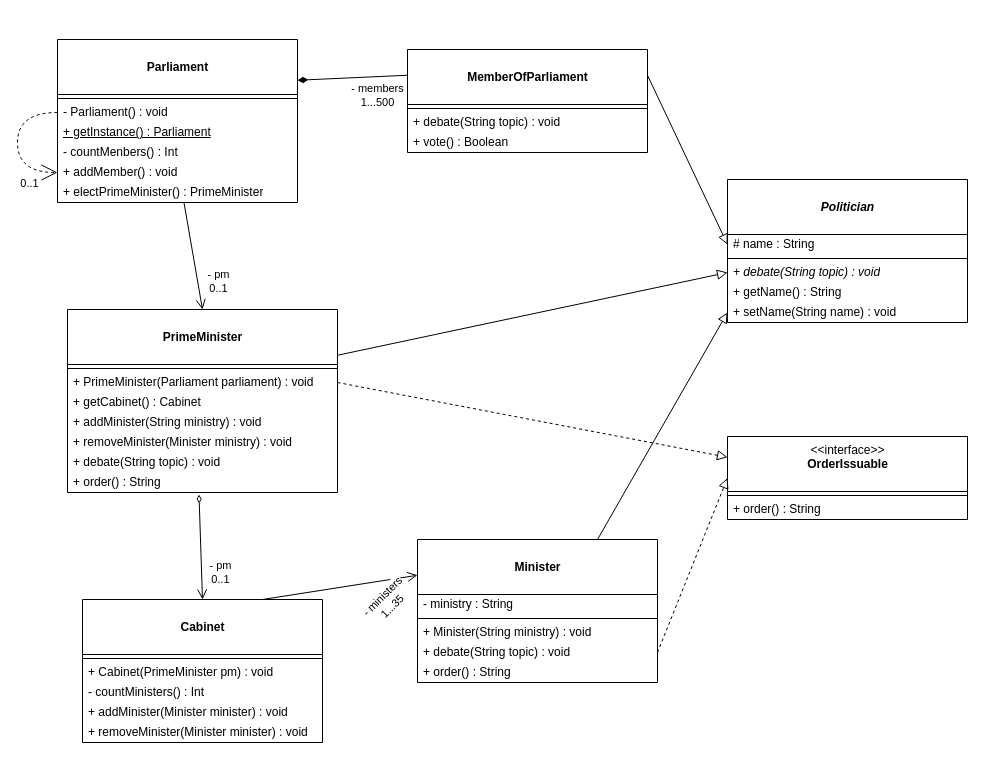
Before: img_diagram/Untitled Diagram.drawio in nitipat009/SAD, a draw.io diagram. Source tidied: cells renumbered, new cells numbered last; positions are measured from the earlier drawing's top-left corner, leaving out a move shared by most shapes. Both pictures are drawn from the tidied source at 100%, with x=0, y=0 at pixel (17, 39).
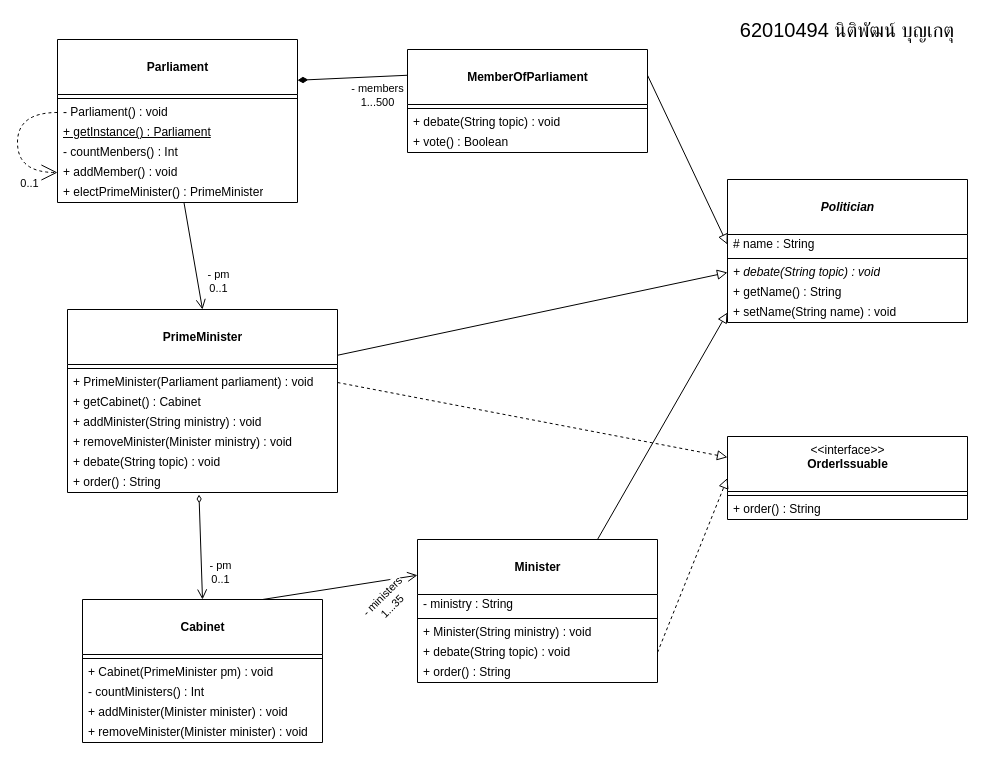
After the change.

The edit, as a diff of the source:
```diff
@@
+    <mxCell id="60" value="&lt;font style=&quot;font-size: 20px&quot;&gt;62010494 นิติพัฒน์ บุญเกตุ&lt;/font&gt;" style="text;html=1;strokeColor=none;fillColor=none;align=center;verticalAlign=middle;whiteSpace=wrap;rounded=0;hachureGap=4;" parent="1" vertex="1">
+      <mxGeometry x="695" y="-20" width="270" height="20" as="geometry" />
+    </mxCell>
```
